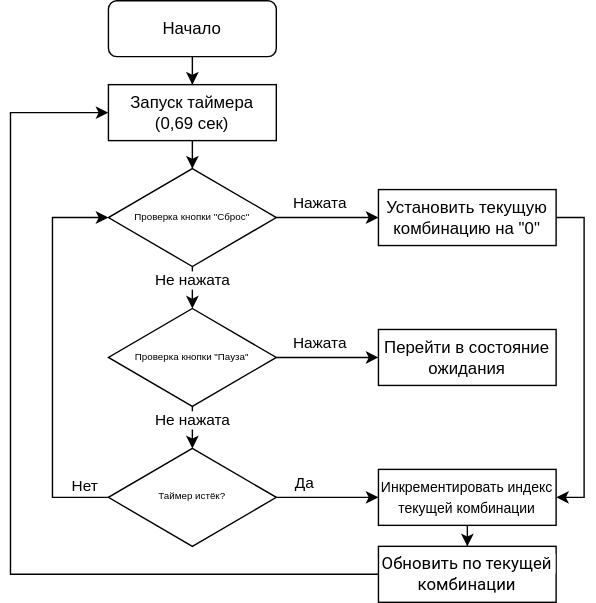
RadioPizza/FPGA-Basics keeps this draw.io diagram as Lab2/algorithm_flowchart.svg. Above is the earlier version. Source tidied: cells renumbered, new cells last; positions are measured from the earlier drawing's top-left corner, leaving out a move shared by most shapes.
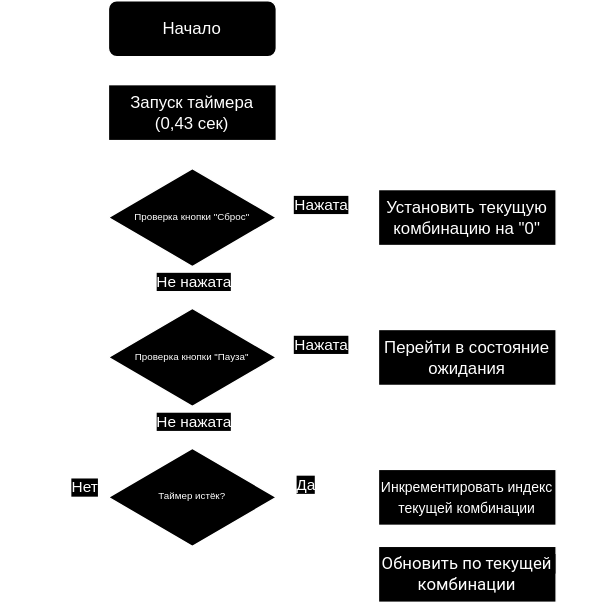
The same diagram one commit later.

Commit message:
Correct the algorithm flowchart

What changed in the source:
```diff
@@ -24,7 +24,7 @@
     <mxCell id="7" style="edgeStyle=orthogonalEdgeStyle;rounded=0;jettySize=auto;html=1;entryX=0.5;entryY=0;entryDx=0;entryDy=0;" parent="1" edge="1" source="8" target="6">
       <mxGeometry relative="1" as="geometry" />
     </mxCell>
-    <mxCell id="8" value="Запуск таймера (0,69 сек)" style="rounded=0;whiteSpace=wrap;html=1;fontSize=12;glass=0;strokeWidth=1;shadow=0;" parent="1" vertex="1">
+    <mxCell id="8" value="Запуск таймера (0,43 сек)" style="rounded=0;whiteSpace=wrap;html=1;fontSize=12;glass=0;strokeWidth=1;shadow=0;" parent="1" vertex="1">
       <mxGeometry x="70" y="60" width="120" height="40" as="geometry" />
     </mxCell>
     <mxCell id="9" style="edgeStyle=orthogonalEdgeStyle;rounded=0;jettySize=auto;html=1;" parent="1" edge="1" source="10" target="8">
```
